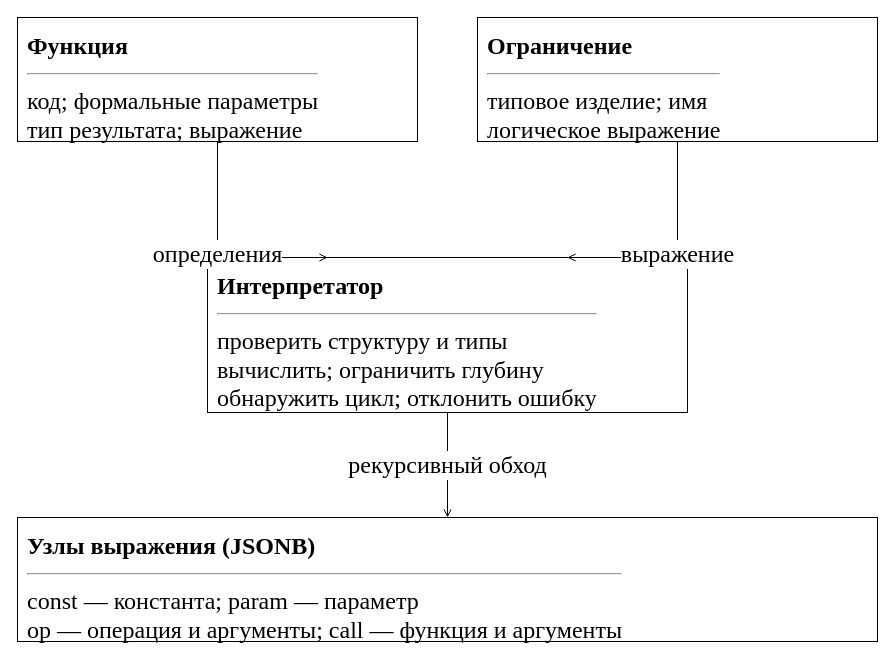
This is utils/lab7/diagrams/04_classes_interpreter.drawio from 10xtheo/mispris-sem7, a draw.io file, before an edit. Source tidied: cells renumbered, new cells numbered last; positions are measured from the earlier drawing's top-left corner, leaving out a move shared by most shapes. Both pictures are drawn from the tidied source at 100%, with x=0, y=0 at pixel (17, 17).
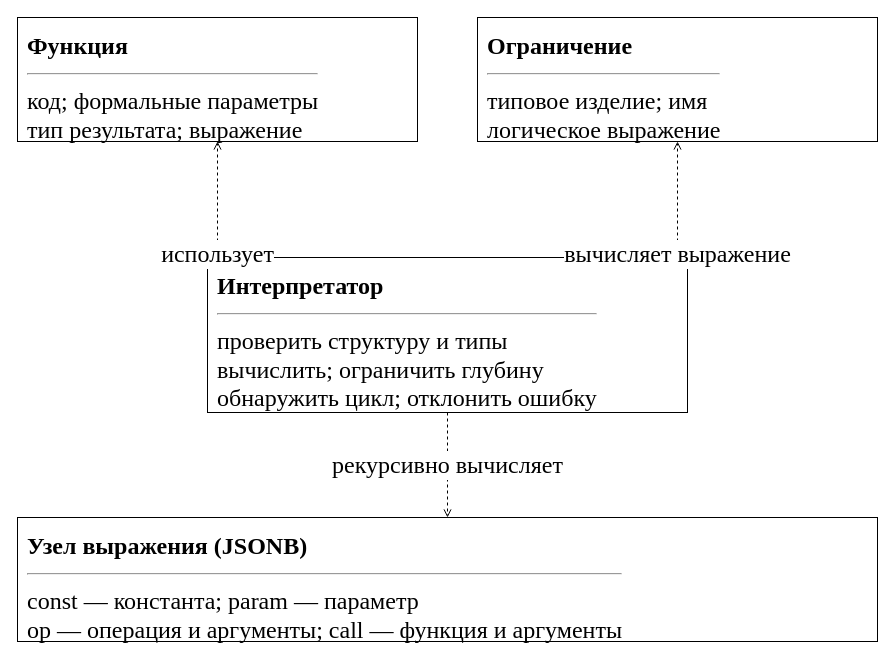
The same page after the edit.

Diff of the diagram source:
```diff
@@
 <mxGraphModel>
   <root>
     <mxCell id="0" />
     <mxCell id="1" parent="0" />
     <mxCell id="2" value="&lt;b&gt;Функция&lt;/b&gt;&lt;hr&gt;код; формальные параметры&lt;br&gt;тип результата; выражение" style="rounded=0;whiteSpace=wrap;html=1;align=left;verticalAlign=top;fontFamily=Times New Roman;fontSize=24;spacing=10;fillColor=#ffffff;strokeColor=#000000;" parent="1" vertex="1">
       <mxGeometry width="400" height="124" as="geometry" />
     </mxCell>
     <mxCell id="3" value="&lt;b&gt;Ограничение&lt;/b&gt;&lt;hr&gt;типовое изделие; имя&lt;br&gt;логическое выражение" style="rounded=0;whiteSpace=wrap;html=1;align=left;verticalAlign=top;fontFamily=Times New Roman;fontSize=24;spacing=10;fillColor=#ffffff;strokeColor=#000000;" parent="1" vertex="1">
       <mxGeometry x="460" width="400" height="124" as="geometry" />
     </mxCell>
     <mxCell id="4" value="&lt;b&gt;Интерпретатор&lt;/b&gt;&lt;hr&gt;проверить структуру и типы&lt;br&gt;вычислить; ограничить глубину&lt;br&gt;обнаружить цикл; отклонить ошибку" style="rounded=0;whiteSpace=wrap;html=1;align=left;verticalAlign=top;fontFamily=Times New Roman;fontSize=24;spacing=10;fillColor=#ffffff;strokeColor=#000000;" parent="1" vertex="1">
       <mxGeometry x="190" y="240" width="480" height="155" as="geometry" />
     </mxCell>
-    <mxCell id="5" value="&lt;b&gt;Узлы выражения (JSONB)&lt;/b&gt;&lt;hr&gt;const — константа; param — параметр&lt;br&gt;op — операция и аргументы; call — функция и аргументы" style="rounded=0;whiteSpace=wrap;html=1;align=left;verticalAlign=top;fontFamily=Times New Roman;fontSize=24;spacing=10;fillColor=#ffffff;strokeColor=#000000;" parent="1" vertex="1">
+    <mxCell id="5" value="&lt;b&gt;Узел выражения (JSONB)&lt;/b&gt;&lt;hr&gt;const — константа; param — параметр&lt;br&gt;op — операция и аргументы; call — функция и аргументы" style="rounded=0;whiteSpace=wrap;html=1;align=left;verticalAlign=top;fontFamily=Times New Roman;fontSize=24;spacing=10;fillColor=#ffffff;strokeColor=#000000;" parent="1" vertex="1">
       <mxGeometry y="500" width="860" height="124" as="geometry" />
     </mxCell>
-    <mxCell id="6" value="определения" style="edgeStyle=orthogonalEdgeStyle;rounded=0;html=1;endArrow=open;fontFamily=Times New Roman;fontSize=24;labelBackgroundColor=#ffffff;exitX=0.5;exitY=1.0;entryX=0.25;entryY=0.0;" parent="1" edge="1" source="2" target="4">
+    <mxCell id="6" value="использует" style="edgeStyle=orthogonalEdgeStyle;rounded=0;html=1;endArrow=open;fontFamily=Times New Roman;fontSize=24;labelBackgroundColor=#ffffff;exitX=0.25;exitY=0.0;entryX=0.5;entryY=1.0;dashed=1;endArrow=open;" parent="1" edge="1" source="4" target="2">
       <mxGeometry relative="1" as="geometry">
         <Array as="points">
+          <mxPoint x="310" y="240" />
           <mxPoint x="200" y="240" />
-          <mxPoint x="310" y="240" />
         </Array>
       </mxGeometry>
     </mxCell>
-    <mxCell id="7" value="выражение" style="edgeStyle=orthogonalEdgeStyle;rounded=0;html=1;endArrow=open;fontFamily=Times New Roman;fontSize=24;labelBackgroundColor=#ffffff;exitX=0.5;exitY=1.0;entryX=0.75;entryY=0.0;" parent="1" edge="1" source="3" target="4">
+    <mxCell id="7" value="вычисляет выражение" style="edgeStyle=orthogonalEdgeStyle;rounded=0;html=1;endArrow=open;fontFamily=Times New Roman;fontSize=24;labelBackgroundColor=#ffffff;exitX=0.75;exitY=0.0;entryX=0.5;entryY=1.0;dashed=1;endArrow=open;" parent="1" edge="1" source="4" target="3">
       <mxGeometry relative="1" as="geometry">
         <Array as="points">
+          <mxPoint x="550" y="240" />
           <mxPoint x="660" y="240" />
-          <mxPoint x="550" y="240" />
         </Array>
       </mxGeometry>
     </mxCell>
-    <mxCell id="8" value="рекурсивный обход" style="edgeStyle=orthogonalEdgeStyle;rounded=0;html=1;endArrow=open;fontFamily=Times New Roman;fontSize=24;labelBackgroundColor=#ffffff;exitX=0.5;exitY=1.0;entryX=0.5;entryY=0.0;" parent="1" edge="1" source="4" target="5">
+    <mxCell id="8" value="рекурсивно вычисляет" style="edgeStyle=orthogonalEdgeStyle;rounded=0;html=1;endArrow=open;fontFamily=Times New Roman;fontSize=24;labelBackgroundColor=#ffffff;exitX=0.5;exitY=1.0;entryX=0.5;entryY=0.0;dashed=1;endArrow=open;" parent="1" edge="1" source="4" target="5">
       <mxGeometry relative="1" as="geometry" />
     </mxCell>
   </root>
 </mxGraphModel>
```
